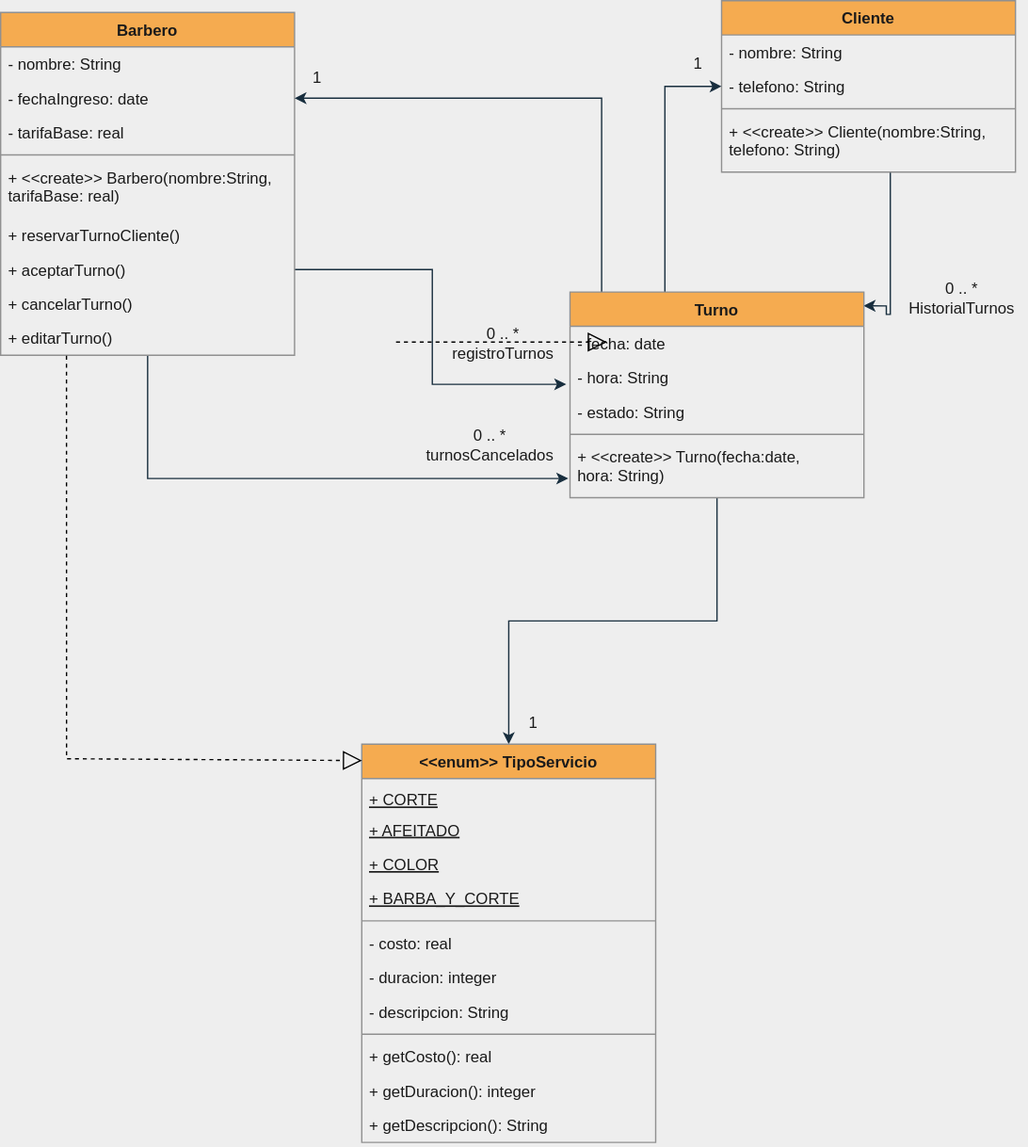
The draw.io diagram GestionTurnosBarberia/UML.svg in dazayamil/Java_Objetos1, before a commit. Source tidied: cells renumbered, new cells last; positions are measured from the earlier drawing's top-left corner, leaving out a move shared by most shapes.
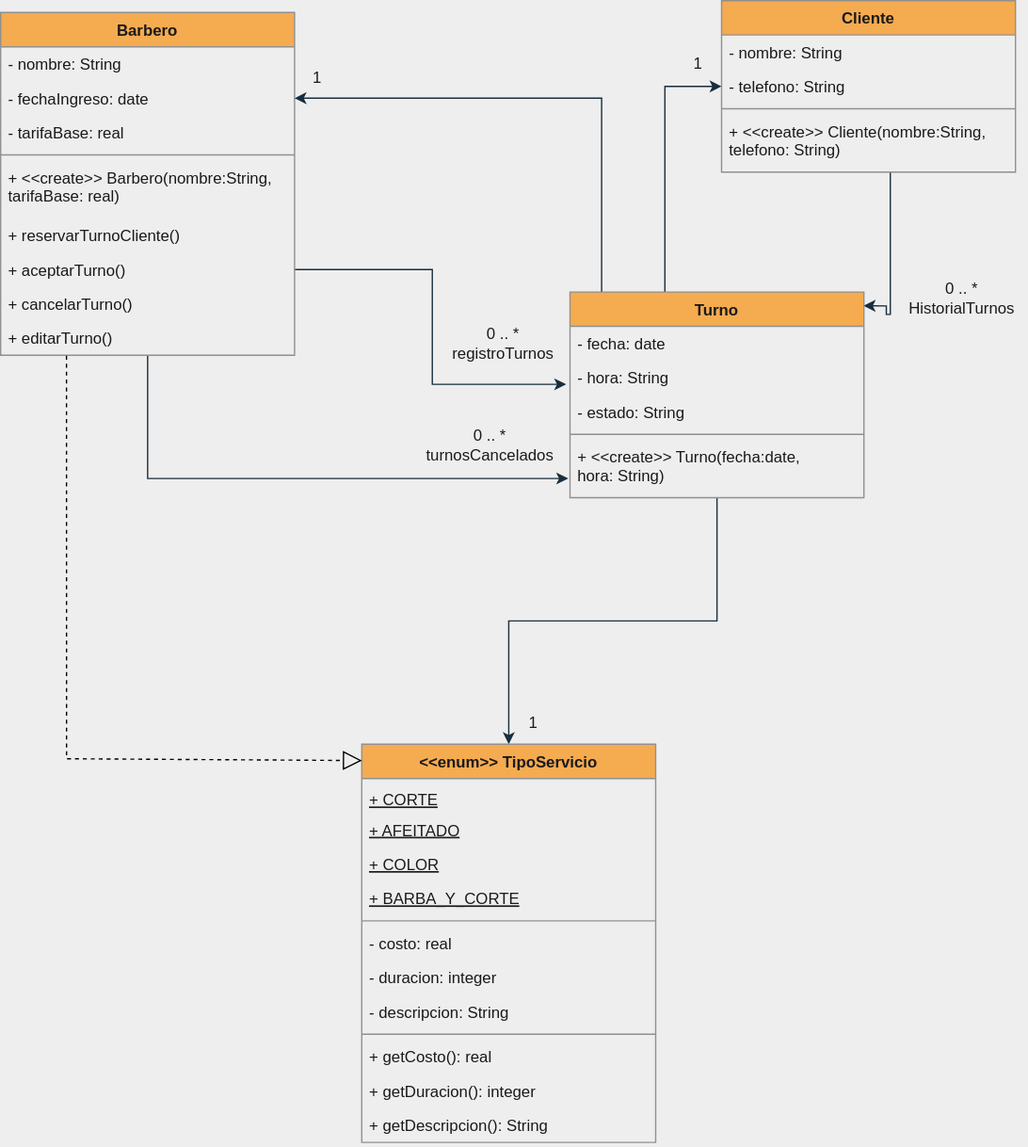
Above is the later version.

Change to the diagram source:
```diff
@@ -154,12 +154,6 @@
     <mxCell id="47" value="1" style="text;html=1;align=center;verticalAlign=middle;strokeColor=none;fillColor=none;fontColor=#1A1A1A;" parent="1" vertex="1">
       <mxGeometry x="392" y="535" width="25" height="26" as="geometry" />
     </mxCell>
-    <mxCell id="48" style="endArrow=block;dashed=1;endFill=0;endSize=12;html=1;rounded=0;" parent="1" edge="1">
-      <mxGeometry relative="1" as="geometry">
-        <mxPoint x="300" y="259" as="sourcePoint" />
-        <mxPoint x="460" y="259" as="targetPoint" />
-      </mxGeometry>
-    </mxCell>
     <mxCell id="49" style="endArrow=block;dashed=1;endFill=0;endSize=12;html=1;rounded=0;exitX=0.224;exitY=1.015;exitDx=0;exitDy=0;exitPerimeter=0;entryX=0.001;entryY=0.041;entryDx=0;entryDy=0;entryPerimeter=0;strokeColor=#000000;" parent="1" edge="1" source="13" target="29">
       <mxGeometry relative="1" as="geometry">
         <Array as="points">
```
